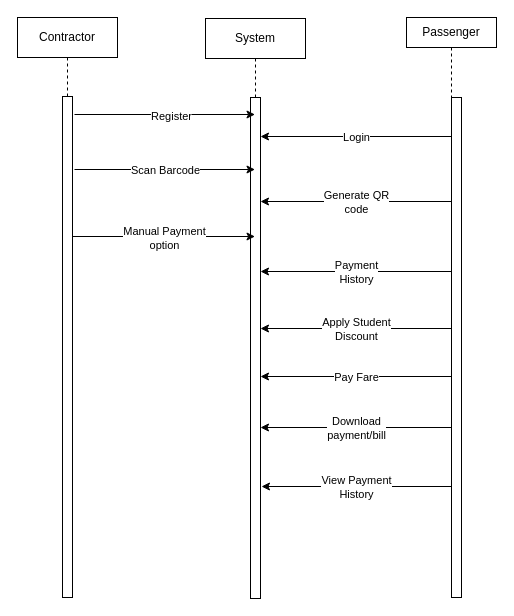
The draw.io diagram Untitled Diagram.drawio in tanjina01/My-Portfolio, before the edit. Source tidied: cells renumbered, new cells numbered last; positions are measured from the earlier drawing's top-left corner, leaving out a move shared by most shapes. Both pictures are drawn from the tidied source at 100%, with x=0, y=0 at pixel (17, 17).
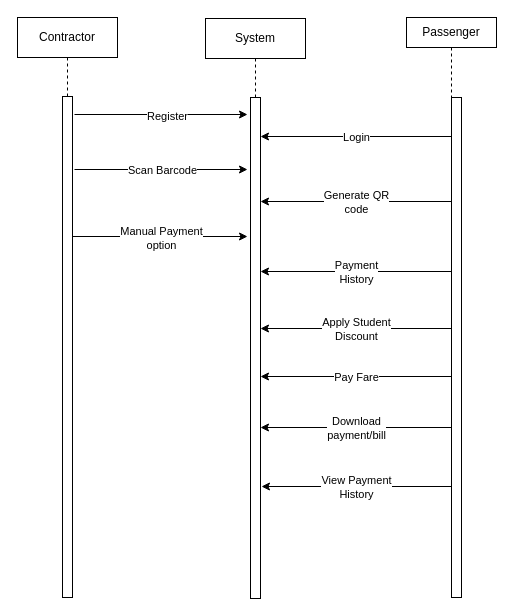
After the change.

Unchanged cells that the change refers to:
```xml
<mxCell id="6" value="System" style="shape=umlLifeline;perimeter=lifelinePerimeter;whiteSpace=wrap;html=1;outlineConnect=0;portConstraint=eastwest;newEdgeStyle={&quot;edgeStyle&quot;:&quot;elbowEdgeStyle&quot;,&quot;elbow&quot;:&quot;vertical&quot;,&quot;curved&quot;:0,&quot;rounded&quot;:0};" parent="1" vertex="1">
  <mxGeometry x="188" y="1" width="100" height="580" as="geometry" />
</mxCell>
```

Change to the diagram source:
```diff
@@
-    <mxCell id="8" style="endArrow=classic;html=1;rounded=0;" parent="1" edge="1" target="6">
+    <mxCell id="8" style="endArrow=classic;html=1;rounded=0;" parent="1" edge="1">
       <mxGeometry relative="1" as="geometry">
         <mxPoint x="57" y="97" as="sourcePoint" />
+        <mxPoint x="230" y="97" as="targetPoint" />
       </mxGeometry>
     </mxCell>
@@
     <mxCell id="13" style="endArrow=classic;html=1;rounded=0;" parent="1" edge="1">
       <mxGeometry relative="1" as="geometry">
         <mxPoint x="57" y="152" as="sourcePoint" />
-        <mxPoint x="237.5" y="152" as="targetPoint" />
+        <mxPoint x="230" y="152" as="targetPoint" />
       </mxGeometry>
     </mxCell>
@@
     <mxCell id="17" style="endArrow=classic;html=1;rounded=0;" parent="1" edge="1">
       <mxGeometry relative="1" as="geometry">
         <mxPoint x="55" y="219" as="sourcePoint" />
-        <mxPoint x="237.5" y="219" as="targetPoint" />
+        <mxPoint x="230" y="219" as="targetPoint" />
       </mxGeometry>
     </mxCell>
```
